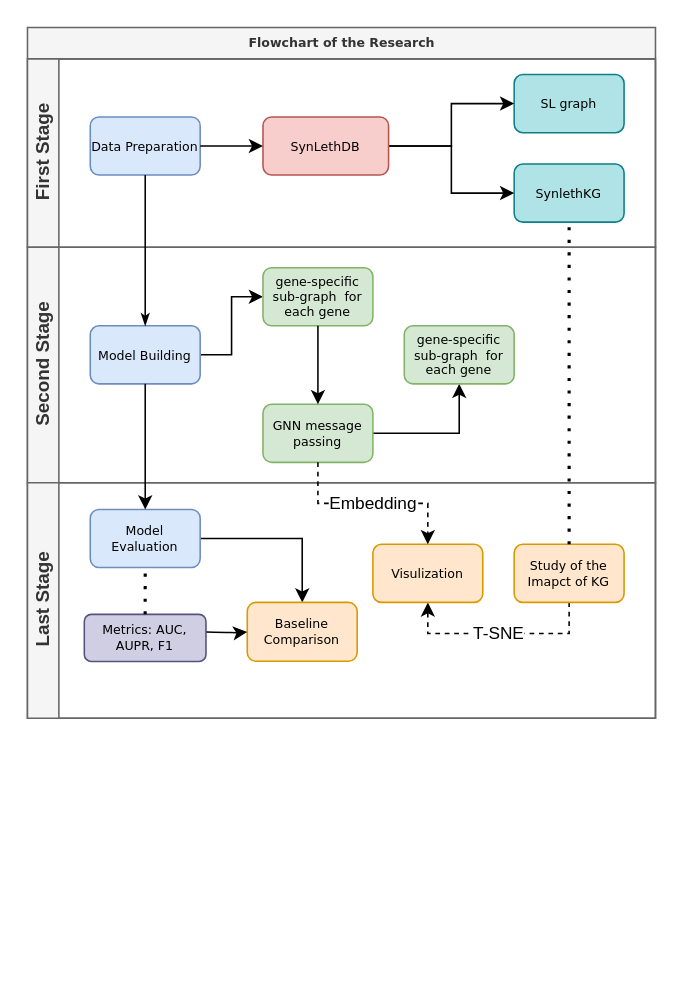
Earlier version of the draw.io diagram Untitled Diagram.drawio (liyy2/artificial-intelligence). Source tidied: cells renumbered, new cells numbered last; positions are measured from the earlier drawing's top-left corner, leaving out a move shared by most shapes. Both pictures are drawn from the tidied source at 157%, with x=0, y=0 at pixel (27, 27).
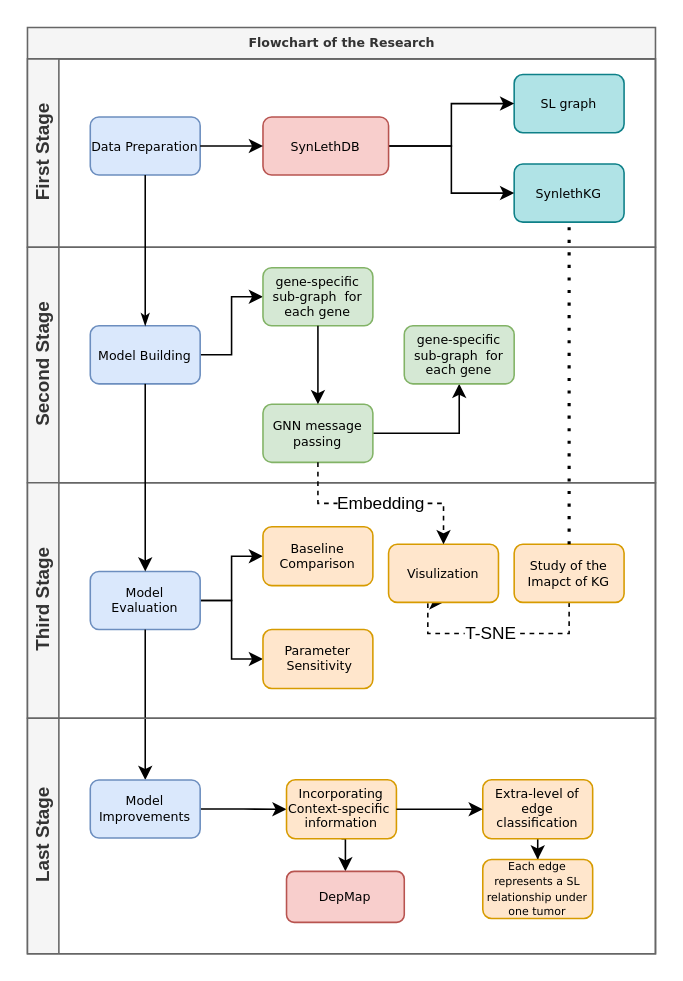
After the change.

Diff of the diagram source:
```diff
@@
     <mxCell id="2" value="Flowchart of the Research" style="swimlane;html=1;horizontal=1;startSize=20;rounded=0;shadow=0;labelBackgroundColor=none;strokeWidth=1;fontFamily=Verdana;fontSize=8;align=center;fillColor=#f5f5f5;strokeColor=#666666;fontColor=#333333;" parent="1" vertex="1">
-      <mxGeometry width="400" height="440" as="geometry" />
+      <mxGeometry width="400" height="590" as="geometry" />
     </mxCell>
@@
-    <mxCell id="19" value="Last Stage" style="swimlane;html=1;startSize=20;horizontal=0;fillColor=#f5f5f5;strokeColor=#666666;fontColor=#333333;" parent="2" vertex="1">
+    <mxCell id="19" value="Third Stage" style="swimlane;html=1;startSize=20;horizontal=0;fillColor=#f5f5f5;strokeColor=#666666;fontColor=#333333;" parent="2" vertex="1">
       <mxGeometry y="290" width="400" height="150" as="geometry" />
     </mxCell>
-    <mxCell id="20" style="edgeStyle=orthogonalEdgeStyle;rounded=0;jettySize=auto;html=1;exitX=1;exitY=0.5;exitDx=0;exitDy=0;entryX=0.5;entryY=0;entryDx=0;entryDy=0;" parent="19" edge="1" source="21" target="23">
+    <mxCell id="20" style="edgeStyle=orthogonalEdgeStyle;rounded=0;jettySize=auto;html=1;exitX=1;exitY=0.5;exitDx=0;exitDy=0;entryX=0;entryY=0.5;entryDx=0;entryDy=0;" parent="19" edge="1" source="21" target="23">
       <mxGeometry relative="1" as="geometry" />
     </mxCell>
+    <mxCell id="33" style="edgeStyle=orthogonalEdgeStyle;rounded=0;jettySize=auto;html=1;exitX=1;exitY=0.5;exitDx=0;exitDy=0;entryX=0;entryY=0.5;entryDx=0;entryDy=0;" parent="19" edge="1" source="21" target="34">
+      <mxGeometry relative="1" as="geometry" />
+    </mxCell>
     <mxCell id="21" value="Model Evaluation" style="rounded=1;whiteSpace=wrap;html=1;shadow=0;labelBackgroundColor=none;strokeWidth=1;fontFamily=Verdana;fontSize=8;align=center;fillColor=#dae8fc;strokeColor=#6c8ebf;" parent="19" vertex="1">
-      <mxGeometry x="40" y="17" width="70" height="37" as="geometry" />
+      <mxGeometry x="40" y="56.5" width="70" height="37" as="geometry" />
     </mxCell>
-    <mxCell id="22" value="Metrics: AUC, AUPR, F1" style="whiteSpace=wrap;html=1;rounded=1;shadow=0;fontFamily=Verdana;fontSize=8;strokeWidth=1;fillColor=#d0cee2;strokeColor=#56517e;" parent="19" vertex="1">
-      <mxGeometry x="36.2" y="83.8" width="77.5" height="30" as="geometry" />
-    </mxCell>
     <mxCell id="23" value="Baseline Comparison" style="whiteSpace=wrap;html=1;rounded=1;shadow=0;fontFamily=Verdana;fontSize=8;strokeWidth=1;fillColor=#ffe6cc;strokeColor=#d79b00;" parent="19" vertex="1">
-      <mxGeometry x="140" y="76.2" width="70" height="37.5" as="geometry" />
+      <mxGeometry x="150" y="28" width="70" height="37.5" as="geometry" />
     </mxCell>
-    <mxCell id="24" style="edgeStyle=orthogonalEdgeStyle;curved=1;rounded=0;jettySize=auto;html=1;" parent="19" edge="1" target="23">
-      <mxGeometry relative="1" as="geometry">
-        <mxPoint x="114" y="95" as="sourcePoint" />
-      </mxGeometry>
-    </mxCell>
@@
     <mxCell id="27" value="Visulization" style="rounded=1;whiteSpace=wrap;html=1;shadow=0;labelBackgroundColor=none;strokeWidth=1;fontFamily=Verdana;fontSize=8;align=center;fillColor=#ffe6cc;strokeColor=#d79b00;" parent="19" vertex="1">
-      <mxGeometry x="220" y="39.2" width="70" height="37" as="geometry" />
+      <mxGeometry x="230" y="39.2" width="70" height="37" as="geometry" />
     </mxCell>
-    <mxCell id="28" style="endArrow=none;dashed=1;html=1;dashPattern=1 3;strokeWidth=2;exitX=0.5;exitY=0;exitDx=0;exitDy=0;entryX=0.5;entryY=1;entryDx=0;entryDy=0;" parent="19" edge="1" source="22" target="21">
-      <mxGeometry relative="1" as="geometry" />
-    </mxCell>
+    <mxCell id="34" value="Parameter &amp;nbsp;Sensitivity" style="whiteSpace=wrap;html=1;rounded=1;shadow=0;fontFamily=Verdana;fontSize=8;strokeWidth=1;fillColor=#ffe6cc;strokeColor=#d79b00;" parent="19" vertex="1">
+      <mxGeometry x="150" y="93.5" width="70" height="37.5" as="geometry" />
+    </mxCell>
@@
+    <mxCell id="35" style="edgeStyle=orthogonalEdgeStyle;rounded=0;jettySize=auto;html=1;exitX=0.5;exitY=1;exitDx=0;exitDy=0;entryX=0.5;entryY=0;entryDx=0;entryDy=0;" parent="2" edge="1" source="21" target="38">
+      <mxGeometry relative="1" as="geometry" />
+    </mxCell>
+    <mxCell id="36" value="Last Stage" style="swimlane;html=1;startSize=20;horizontal=0;fillColor=#f5f5f5;strokeColor=#666666;fontColor=#333333;" parent="2" vertex="1">
+      <mxGeometry y="440" width="400" height="150" as="geometry" />
+    </mxCell>
+    <mxCell id="37" style="edgeStyle=orthogonalEdgeStyle;rounded=0;jettySize=auto;html=1;exitX=1;exitY=0.5;exitDx=0;exitDy=0;" parent="36" edge="1" source="38" target="40">
+      <mxGeometry relative="1" as="geometry" />
+    </mxCell>
+    <mxCell id="38" value="Model Improvements" style="rounded=1;whiteSpace=wrap;html=1;shadow=0;labelBackgroundColor=none;strokeWidth=1;fontFamily=Verdana;fontSize=8;align=center;fillColor=#dae8fc;strokeColor=#6c8ebf;" parent="36" vertex="1">
+      <mxGeometry x="40" y="39.3" width="70" height="37" as="geometry" />
+    </mxCell>
+    <mxCell id="39" style="edgeStyle=orthogonalEdgeStyle;rounded=0;jettySize=auto;html=1;exitX=0.5;exitY=1;exitDx=0;exitDy=0;entryX=0.5;entryY=0;entryDx=0;entryDy=0;" parent="36" edge="1" source="40" target="45">
+      <mxGeometry relative="1" as="geometry" />
+    </mxCell>
+    <mxCell id="40" value="Incorporating Context-specific&amp;nbsp;&lt;br&gt;information" style="whiteSpace=wrap;html=1;rounded=1;shadow=0;fontFamily=Verdana;fontSize=8;strokeWidth=1;fillColor=#ffe6cc;strokeColor=#d79b00;" parent="36" vertex="1">
+      <mxGeometry x="165" y="39.2" width="70" height="37.5" as="geometry" />
+    </mxCell>
+    <mxCell id="41" style="edgeStyle=orthogonalEdgeStyle;rounded=0;jettySize=auto;html=1;" parent="36" edge="1" source="42" target="44">
+      <mxGeometry relative="1" as="geometry" />
+    </mxCell>
+    <mxCell id="42" value="Extra-level of edge classification" style="whiteSpace=wrap;html=1;rounded=1;shadow=0;fontFamily=Verdana;fontSize=8;strokeWidth=1;fillColor=#ffe6cc;strokeColor=#d79b00;" parent="36" vertex="1">
+      <mxGeometry x="290" y="39.2" width="70" height="37.5" as="geometry" />
+    </mxCell>
+    <mxCell id="43" style="edgeStyle=orthogonalEdgeStyle;rounded=0;jettySize=auto;html=1;" parent="36" edge="1" source="40" target="42">
+      <mxGeometry relative="1" as="geometry" />
+    </mxCell>
+    <mxCell id="44" value="&lt;font style=&quot;font-size: 7px&quot;&gt;Each edge represents a SL relationship under one tumor&lt;/font&gt;" style="whiteSpace=wrap;html=1;rounded=1;shadow=0;fontFamily=Verdana;fontSize=8;strokeWidth=1;fillColor=#ffe6cc;strokeColor=#d79b00;" parent="36" vertex="1">
+      <mxGeometry x="290" y="90" width="70" height="37.5" as="geometry" />
+    </mxCell>
+    <mxCell id="45" value="DepMap" style="rounded=1;whiteSpace=wrap;html=1;shadow=0;labelBackgroundColor=none;strokeWidth=1;fontFamily=Verdana;fontSize=8;align=center;fillColor=#f8cecc;strokeColor=#b85450;" parent="36" vertex="1">
+      <mxGeometry x="165" y="97.5" width="75" height="32.5" as="geometry" />
+    </mxCell>
```
